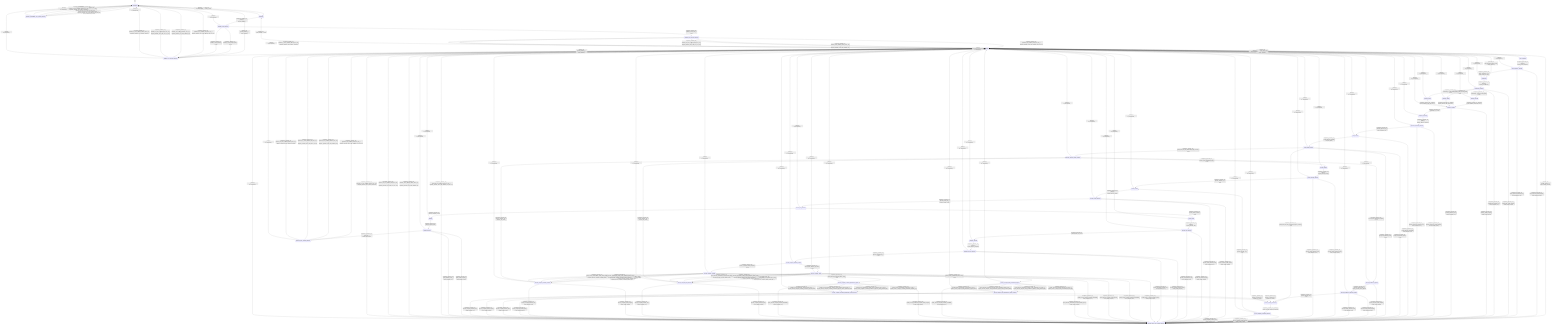
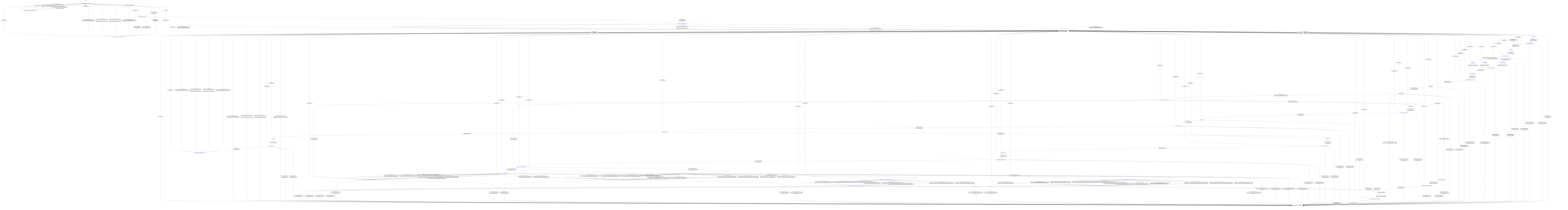
stateDiagram-v2
  direction TB
  [*] --> uninitialized
  uninitialized --> initializing : initialize_run [valid_initialize_] / none
  uninitialized --> initialize_error_channel_decision : initialize_run [invalid_initialize_] / reject_initialize_
  ready --> initializing : initialize_run [valid_initialize_] / none
  ready --> initialize_error_channel_decision : initialize_run [invalid_initialize_] / reject_initialize_
  initializing --> initializer_result_decision : completion_initialize_run_ [always] / request_initializer_
  initializer_result_decision --> initialize_done_channel_decision : completion_initialize_run_ [initialize_result_none_] / none
  initializer_result_decision --> initialize_error_channel_decision : completion_initialize_run_ [initialize_result_invalid_request_] / none
  initializer_result_decision --> initialize_error_channel_decision : completion_initialize_run_ [initialize_result_backend_] / none
  initialize_done_channel_decision --> ready : completion_initialize_run_ [initialize_done_callback_with_error_out_] / dispatch_initialize_done_with_callback_and_error_out_
  initialize_done_channel_decision --> ready : completion_initialize_run_ [initialize_done_callback_without_error_out_] / dispatch_initialize_done_with_callback_only_
  initialize_done_channel_decision --> ready : completion_initialize_run_ [initialize_no_done_callback_with_error_out_] / dispatch_initialize_done_with_error_out_only_
  initialize_done_channel_decision --> ready : completion_initialize_run_ [initialize_no_done_callback_without_error_out_] / dispatch_initialize_done_without_channels_
  initialize_error_channel_decision --> uninitialized : completion_initialize_run_ [initialize_error_callback_with_error_out_] / dispatch_initialize_error_with_callback_and_error_out_
  initialize_error_channel_decision --> uninitialized : completion_initialize_run_ [initialize_error_callback_without_error_out_] / dispatch_initialize_error_with_callback_only_
  initialize_error_channel_decision --> uninitialized : completion_initialize_run_ [initialize_no_error_callback_with_error_out_] / dispatch_initialize_error_with_error_out_only_
  initialize_error_channel_decision --> uninitialized : completion_initialize_run_ [initialize_no_error_callback_without_error_out_] / dispatch_initialize_error_without_channels_
  uninitialized --> generate_uninitialized_error_channel_decision : generate_run [always] / reject_uninitialized_generate_
  ready --> reset_sequence : generate_run [valid_generate_with_reset_] / begin_generate_
  ready --> conditioning : generate_run [valid_generate_without_reset_] / begin_generate_
  ready --> generate_ready_error_channel_decision : generate_run [invalid_generate_] / reject_invalid_generate_
  reset_sequence --> reset_sequence_decision : completion_generate_run_ [always] / request_reset_sequence_
  reset_sequence_decision --> conditioning : completion_generate_run_ [reset_sequence_ok_] / mark_sequence_clear_
  reset_sequence_decision --> generate_ready_error_channel_decision : completion_generate_run_ [reset_sequence_invalid_request_] / mark_invalid_request_
  reset_sequence_decision --> generate_ready_error_channel_decision : completion_generate_run_ [reset_sequence_backend_error_] / mark_backend_error_
  conditioning --> conditioning_decision : completion_generate_run_ [always] / request_conditioning_
  conditioning_decision --> planning_chunk8 : completion_generate_run_ [conditioning_ok_with_chunk8_prefill_] / none
  conditioning_decision --> planning_chunk4 : completion_generate_run_ [conditioning_ok_with_chunk4_prefill_] / none
  conditioning_decision --> planning_scalar : completion_generate_run_ [conditioning_ok_with_scalar_prefill_] / none
  conditioning_decision --> generate_ready_error_channel_decision : completion_generate_run_ [conditioning_invalid_request_] / mark_invalid_request_
  conditioning_decision --> generate_ready_error_channel_decision : completion_generate_run_ [conditioning_backend_error_] / mark_backend_error_
  planning_chunk8 --> planning_decision : completion_generate_run_ [always] / request_planning_with_step_size_8__
  planning_chunk4 --> planning_decision : completion_generate_run_ [always] / request_planning_with_step_size_4__
  planning_scalar --> planning_decision : completion_generate_run_ [always] / request_planning_with_step_size_1__
  planning_decision --> sequence_allocating : completion_generate_run_ [planning_ok_] / none
  planning_decision --> generate_ready_error_channel_decision : completion_generate_run_ [planning_invalid_request_] / mark_invalid_request_
  planning_decision --> generate_ready_error_channel_decision : completion_generate_run_ [planning_backend_error_] / mark_backend_error_
  sequence_allocating --> sequence_allocating_decision : completion_generate_run_ [always] / request_allocate_sequence_
  sequence_allocating_decision --> prefill_running : completion_generate_run_ [allocate_sequence_ok_] / mark_sequence_live_
  sequence_allocating_decision --> generate_ready_error_channel_decision : completion_generate_run_ [allocate_sequence_invalid_request_] / mark_invalid_request_
  sequence_allocating_decision --> generate_ready_error_channel_decision : completion_generate_run_ [allocate_sequence_backend_error_] / mark_backend_error_
  prefill_running --> prefill_result_decision : completion_generate_run_ [prefill_dispatch_available_] / request_prefill_
  prefill_running --> generate_ready_error_channel_decision : completion_generate_run_ [prefill_dispatch_unavailable_] / mark_backend_error_
  prefill_result_decision --> decode_selection_mode_decision : completion_generate_run_ [prefill_result_ok_with_materialized_logits_contract_] / none
  prefill_result_decision --> decode_sample_preselected : completion_generate_run_ [prefill_result_ok_with_preselected_argmax_contract_] / none
  prefill_result_decision --> generate_ready_error_channel_decision : completion_generate_run_ [prefill_result_invalid_request_] / none
  prefill_result_decision --> generate_ready_error_channel_decision : completion_generate_run_ [prefill_result_backend_error_] / none
  decode_selection_mode_decision --> decode_sample : completion_generate_run_ [decode_uses_materialized_logits_] / none
  decode_selection_mode_decision --> decode_preselected_argmax : completion_generate_run_ [decode_uses_preselected_argmax_] / none
  decode_sample --> decode_sample_decision : completion_generate_run_ [always] / request_decode_sample_
  decode_preselected_argmax --> decode_preselected_argmax_decision : completion_generate_run_ [decode_argmax_ready_] / request_decode_select_argmax_
  decode_preselected_argmax --> generate_ready_error_channel_decision : completion_generate_run_ [decode_argmax_invalid_request_] / mark_invalid_request_
  decode_preselected_argmax_decision --> decode_sample_preselected : completion_generate_run_ [decode_sample_ok_] / none
  decode_preselected_argmax_decision --> generate_ready_error_channel_decision : completion_generate_run_ [decode_sample_invalid_request_] / mark_invalid_request_
  decode_preselected_argmax_decision --> generate_ready_error_channel_decision : completion_generate_run_ [decode_sample_backend_error_] / mark_backend_error_
  decode_sample_preselected --> decode_sample_preselected_decision : completion_generate_run_ [always] / request_decode_sample_preselected_
  decode_sample_decision --> decode_render : completion_generate_run_ [decode_sample_ok_] / none
  decode_sample_preselected_decision --> decode_render : completion_generate_run_ [decode_sample_ok_] / none
  decode_sample_decision --> generate_ready_error_channel_decision : completion_generate_run_ [decode_sample_invalid_request_] / mark_invalid_request_
  decode_sample_decision --> generate_ready_error_channel_decision : completion_generate_run_ [decode_sample_backend_error_] / mark_backend_error_
  decode_sample_preselected_decision --> generate_ready_error_channel_decision : completion_generate_run_ [decode_sample_invalid_request_] / mark_invalid_request_
  decode_sample_preselected_decision --> generate_ready_error_channel_decision : completion_generate_run_ [decode_sample_backend_error_] / mark_backend_error_
  decode_render --> decode_render_decision : completion_generate_run_ [always] / request_decode_render_
  decode_render_decision --> decode_loop_decision : completion_generate_run_ [decode_render_ok_] / commit_render_output_
  decode_render_decision --> generate_ready_error_channel_decision : completion_generate_run_ [decode_render_invalid_request_] / mark_invalid_request_
  decode_render_decision --> generate_ready_error_channel_decision : completion_generate_run_ [decode_render_backend_error_] / mark_backend_error_
  decode_loop_decision --> decode_slots : completion_generate_run_ [decode_should_continue_] / none
  decode_loop_decision --> flushing : completion_generate_run_ [decode_complete_] / none
  decode_slots --> decode_slots_decision : completion_generate_run_ [always] / request_decode_slots_
  decode_slots_decision --> snapshot_decode : completion_generate_run_ [decode_slots_ok_] / none
  decode_slots_decision --> generate_ready_error_channel_decision : completion_generate_run_ [decode_slots_invalid_request_] / mark_invalid_request_
  decode_slots_decision --> generate_ready_error_channel_decision : completion_generate_run_ [decode_slots_backend_error_] / mark_backend_error_
  snapshot_decode --> snapshot_decode_decision : completion_generate_run_ [always] / request_memory_snapshot_
  snapshot_decode_decision --> decode_compute_runtime_decision : completion_generate_run_ [decode_snapshot_ok_] / none
  snapshot_decode_decision --> generate_ready_error_channel_decision : completion_generate_run_ [decode_snapshot_invalid_request_] / mark_invalid_request_
  snapshot_decode_decision --> generate_ready_error_channel_decision : completion_generate_run_ [decode_snapshot_backend_error_] / mark_backend_error_
  decode_compute_runtime_decision --> decode_compute_flash : completion_generate_run_ [decode_flash_runtime_supported_] / none
  decode_compute_runtime_decision --> decode_compute_nonflash : completion_generate_run_ [decode_nonflash_runtime_required_] / none
  decode_compute_flash --> generate_ready_error_channel_decision : completion_generate_run_ [guard_decode_compute_invalid_request_] / mark_invalid_request_
  decode_compute_flash --> generate_ready_error_channel_decision : completion_generate_run_ [guard_decode_compute_backend_unavailable_] / mark_backend_error_
  decode_compute_flash --> decode_compute_flash_preselected_argmax : completion_generate_run_ [guard_decode_preselected_direct_ready_] / none
+   decode_compute_flash --> decode_compute_flash_decision : completion_generate_run_ [guard_decode_materialized_streamed_scalar_packed_q8_0_ready_] / request_decode_compute_flash_packed_q8_0_streamed_
+   decode_compute_flash --> decode_compute_flash_decision : completion_generate_run_ [guard_decode_materialized_streamed_scalar_q8_k_ready_] / request_decode_compute_flash_q8_k_streamed_
+   decode_compute_flash --> decode_compute_flash_decision : completion_generate_run_ [guard_decode_materialized_streamed_scalar_native_quantized_q8_k_ready_] / request_decode_compute_flash_native_quantized_q8_k_logits_streamed_
+   decode_compute_flash --> decode_compute_flash_decision : completion_generate_run_ [guard_decode_materialized_streamed_scalar_native_quantized_ready_] / request_decode_compute_flash_native_quantized_streamed_
+   decode_compute_flash --> decode_compute_flash_decision : completion_generate_run_ [guard_decode_materialized_streamed_scalar_kernel_ready_] / request_decode_compute_flash_kernel_streamed_
+   decode_compute_flash --> decode_compute_flash_decision : completion_generate_run_ [guard_decode_materialized_parallel_scalar_packed_q8_0_ready_] / request_decode_compute_flash_parallel_packed_q8_0_
  decode_compute_flash --> decode_compute_flash_decision : completion_generate_run_ [guard_decode_materialized_scalar_packed_q8_0_ready_] / request_decode_compute_flash_packed_q8_0_
+   decode_compute_flash --> decode_compute_flash_decision : completion_generate_run_ [guard_decode_materialized_parallel_scalar_q8_k_ready_] / request_decode_compute_flash_parallel_q8_k_
  decode_compute_flash --> decode_compute_flash_decision : completion_generate_run_ [guard_decode_materialized_scalar_q8_k_ready_] / request_decode_compute_flash_q8_k_
+   decode_compute_flash --> decode_compute_flash_decision : completion_generate_run_ [guard_decode_materialized_parallel_scalar_native_quantized_q8_k_ready_] / request_decode_compute_flash_parallel_native_quantized_q8_k_logits_
  decode_compute_flash --> decode_compute_flash_decision : completion_generate_run_ [guard_decode_materialized_scalar_native_quantized_q8_k_ready_] / request_decode_compute_flash_native_quantized_q8_k_logits_
+   decode_compute_flash --> decode_compute_flash_decision : completion_generate_run_ [guard_decode_materialized_parallel_scalar_native_quantized_kernel_ready_] / request_decode_compute_flash_parallel_native_quantized_
  decode_compute_flash --> decode_compute_flash_decision : completion_generate_run_ [guard_decode_materialized_scalar_native_quantized_kernel_ready_] / request_decode_compute_flash_native_quantized_
+   decode_compute_flash --> decode_compute_flash_decision : completion_generate_run_ [guard_decode_materialized_parallel_scalar_kernel_ready_] / request_decode_compute_flash_parallel_kernel_
  decode_compute_flash --> decode_compute_flash_decision : completion_generate_run_ [guard_decode_materialized_scalar_kernel_ready_] / request_decode_compute_flash_kernel_
  decode_compute_nonflash --> generate_ready_error_channel_decision : completion_generate_run_ [guard_decode_compute_invalid_request_] / mark_invalid_request_
  decode_compute_nonflash --> generate_ready_error_channel_decision : completion_generate_run_ [guard_decode_compute_backend_unavailable_] / mark_backend_error_
  decode_compute_nonflash --> decode_compute_nonflash_preselected_argmax : completion_generate_run_ [guard_decode_preselected_direct_ready_] / none
+   decode_compute_nonflash --> decode_compute_nonflash_decision : completion_generate_run_ [guard_decode_materialized_streamed_scalar_packed_q8_0_ready_] / request_decode_compute_nonflash_packed_q8_0_streamed_
+   decode_compute_nonflash --> decode_compute_nonflash_decision : completion_generate_run_ [guard_decode_materialized_streamed_scalar_q8_k_ready_] / request_decode_compute_nonflash_q8_k_streamed_
+   decode_compute_nonflash --> decode_compute_nonflash_decision : completion_generate_run_ [guard_decode_materialized_streamed_scalar_native_quantized_q8_k_ready_] / request_decode_compute_nonflash_native_quantized_q8_k_logits_streamed_
+   decode_compute_nonflash --> decode_compute_nonflash_decision : completion_generate_run_ [guard_decode_materialized_streamed_scalar_native_quantized_ready_] / request_decode_compute_nonflash_native_quantized_streamed_
+   decode_compute_nonflash --> decode_compute_nonflash_decision : completion_generate_run_ [guard_decode_materialized_streamed_scalar_kernel_ready_] / request_decode_compute_nonflash_kernel_streamed_
  decode_compute_nonflash --> decode_compute_nonflash_decision : completion_generate_run_ [guard_decode_materialized_scalar_packed_q8_0_ready_] / request_decode_compute_nonflash_packed_q8_0_
  decode_compute_nonflash --> decode_compute_nonflash_decision : completion_generate_run_ [guard_decode_materialized_scalar_q8_k_ready_] / request_decode_compute_nonflash_q8_k_
  decode_compute_nonflash --> decode_compute_nonflash_decision : completion_generate_run_ [guard_decode_materialized_scalar_native_quantized_q8_k_ready_] / request_decode_compute_nonflash_native_quantized_q8_k_logits_
  decode_compute_nonflash --> decode_compute_nonflash_decision : completion_generate_run_ [guard_decode_materialized_scalar_native_quantized_kernel_ready_] / request_decode_compute_nonflash_native_quantized_
  decode_compute_nonflash --> decode_compute_nonflash_decision : completion_generate_run_ [guard_decode_materialized_scalar_kernel_ready_] / request_decode_compute_nonflash_kernel_
  decode_compute_flash_preselected_argmax --> generate_ready_error_channel_decision : completion_generate_run_ [guard_decode_preselected_compute_invalid_request_] / mark_invalid_request_
  decode_compute_flash_preselected_argmax --> generate_ready_error_channel_decision : completion_generate_run_ [guard_decode_compute_backend_unavailable_] / mark_backend_error_
+   decode_compute_flash_preselected_argmax --> decode_compute_flash_preselected_argmax_decision : completion_generate_run_ [guard_decode_preselected_argmax_q8_k_streamed_ready_] / request_decode_compute_flash_preselected_argmax_q8_k_streamed_
+   decode_compute_flash_preselected_argmax --> decode_compute_flash_preselected_argmax_decision : completion_generate_run_ [guard_decode_preselected_argmax_native_quantized_q8_k_streamed_ready_] / request_decode_compute_flash_preselected_argmax_native_quantized_q8_k_streamed_
+   decode_compute_flash_preselected_argmax --> decode_compute_flash_preselected_argmax_decision : completion_generate_run_ [guard_decode_preselected_argmax_native_quantized_kernel_streamed_ready_] / request_decode_compute_flash_preselected_argmax_native_quantized_kernel_streamed_
+   decode_compute_flash_preselected_argmax --> decode_compute_flash_preselected_argmax_decision : completion_generate_run_ [guard_decode_preselected_argmax_kernel_streamed_ready_] / request_decode_compute_flash_preselected_argmax_kernel_streamed_
+   decode_compute_flash_preselected_argmax --> decode_compute_flash_preselected_argmax_decision : completion_generate_run_ [guard_decode_preselected_parallel_argmax_q8_k_ready_] / request_decode_compute_flash_parallel_preselected_argmax_q8_k_
  decode_compute_flash_preselected_argmax --> decode_compute_flash_preselected_argmax_decision : completion_generate_run_ [guard_decode_preselected_argmax_q8_k_ready_] / request_decode_compute_flash_preselected_argmax_q8_k_
+   decode_compute_flash_preselected_argmax --> decode_compute_flash_preselected_argmax_decision : completion_generate_run_ [guard_decode_preselected_parallel_argmax_native_quantized_q8_k_ready_] / request_decode_compute_flash_parallel_preselected_argmax_native_quantized_q8_k_
  decode_compute_flash_preselected_argmax --> decode_compute_flash_preselected_argmax_decision : completion_generate_run_ [guard_decode_preselected_argmax_native_quantized_q8_k_ready_] / request_decode_compute_flash_preselected_argmax_native_quantized_q8_k_
+   decode_compute_flash_preselected_argmax --> decode_compute_flash_preselected_argmax_decision : completion_generate_run_ [guard_decode_preselected_parallel_argmax_native_quantized_kernel_ready_] / request_decode_compute_flash_parallel_preselected_argmax_native_quantized_kernel_
  decode_compute_flash_preselected_argmax --> decode_compute_flash_preselected_argmax_decision : completion_generate_run_ [guard_decode_preselected_argmax_native_quantized_kernel_ready_] / request_decode_compute_flash_preselected_argmax_native_quantized_kernel_
+   decode_compute_flash_preselected_argmax --> decode_compute_flash_preselected_argmax_decision : completion_generate_run_ [guard_decode_preselected_parallel_argmax_kernel_ready_] / request_decode_compute_flash_parallel_preselected_argmax_kernel_
  decode_compute_flash_preselected_argmax --> decode_compute_flash_preselected_argmax_decision : completion_generate_run_ [guard_decode_preselected_argmax_kernel_ready_] / request_decode_compute_flash_preselected_argmax_kernel_
  decode_compute_nonflash_preselected_argmax --> generate_ready_error_channel_decision : completion_generate_run_ [guard_decode_preselected_compute_invalid_request_] / mark_invalid_request_
  decode_compute_nonflash_preselected_argmax --> generate_ready_error_channel_decision : completion_generate_run_ [guard_decode_compute_backend_unavailable_] / mark_backend_error_
+   decode_compute_nonflash_preselected_argmax --> decode_compute_nonflash_preselected_argmax_decision : completion_generate_run_ [guard_decode_preselected_argmax_q8_k_streamed_ready_] / request_decode_compute_nonflash_preselected_argmax_q8_k_streamed_
+   decode_compute_nonflash_preselected_argmax --> decode_compute_nonflash_preselected_argmax_decision : completion_generate_run_ [guard_decode_preselected_argmax_native_quantized_q8_k_streamed_ready_] / request_decode_compute_nonflash_preselected_argmax_native_quantized_q8_k_streamed_
+   decode_compute_nonflash_preselected_argmax --> decode_compute_nonflash_preselected_argmax_decision : completion_generate_run_ [guard_decode_preselected_argmax_native_quantized_kernel_streamed_ready_] / request_decode_compute_nonflash_preselected_argmax_native_quantized_kernel_streamed_
+   decode_compute_nonflash_preselected_argmax --> decode_compute_nonflash_preselected_argmax_decision : completion_generate_run_ [guard_decode_preselected_argmax_kernel_streamed_ready_] / request_decode_compute_nonflash_preselected_argmax_kernel_streamed_
  decode_compute_nonflash_preselected_argmax --> decode_compute_nonflash_preselected_argmax_decision : completion_generate_run_ [guard_decode_preselected_argmax_q8_k_ready_] / request_decode_compute_nonflash_preselected_argmax_q8_k_
  decode_compute_nonflash_preselected_argmax --> decode_compute_nonflash_preselected_argmax_decision : completion_generate_run_ [guard_decode_preselected_argmax_native_quantized_q8_k_ready_] / request_decode_compute_nonflash_preselected_argmax_native_quantized_q8_k_
  decode_compute_nonflash_preselected_argmax --> decode_compute_nonflash_preselected_argmax_decision : completion_generate_run_ [guard_decode_preselected_argmax_native_quantized_kernel_ready_] / request_decode_compute_nonflash_preselected_argmax_native_quantized_kernel_
  decode_compute_nonflash_preselected_argmax --> decode_compute_nonflash_preselected_argmax_decision : completion_generate_run_ [guard_decode_preselected_argmax_kernel_ready_] / request_decode_compute_nonflash_preselected_argmax_kernel_
  decode_compute_flash_decision --> decode_selection_mode_decision : completion_generate_run_ [decode_compute_ok_] / advance_kv_cache_
  decode_compute_nonflash_decision --> decode_selection_mode_decision : completion_generate_run_ [decode_compute_ok_] / advance_kv_cache_
  decode_compute_flash_preselected_argmax_decision --> decode_sample_preselected : completion_generate_run_ [decode_compute_ok_] / advance_kv_cache_
  decode_compute_nonflash_preselected_argmax_decision --> decode_sample_preselected : completion_generate_run_ [decode_compute_ok_] / advance_kv_cache_
  decode_compute_flash_decision --> generate_ready_error_channel_decision : completion_generate_run_ [decode_compute_invalid_request_] / mark_invalid_request_
  decode_compute_flash_decision --> generate_ready_error_channel_decision : completion_generate_run_ [decode_compute_backend_error_] / mark_backend_error_
  decode_compute_nonflash_decision --> generate_ready_error_channel_decision : completion_generate_run_ [decode_compute_invalid_request_] / mark_invalid_request_
  decode_compute_nonflash_decision --> generate_ready_error_channel_decision : completion_generate_run_ [decode_compute_backend_error_] / mark_backend_error_
  decode_compute_flash_preselected_argmax_decision --> generate_ready_error_channel_decision : completion_generate_run_ [decode_compute_invalid_request_] / mark_invalid_request_
  decode_compute_flash_preselected_argmax_decision --> generate_ready_error_channel_decision : completion_generate_run_ [decode_compute_backend_error_] / mark_backend_error_
  decode_compute_nonflash_preselected_argmax_decision --> generate_ready_error_channel_decision : completion_generate_run_ [decode_compute_invalid_request_] / mark_invalid_request_
  decode_compute_nonflash_preselected_argmax_decision --> generate_ready_error_channel_decision : completion_generate_run_ [decode_compute_backend_error_] / mark_backend_error_
  flushing --> flushing_decision : completion_generate_run_ [always] / request_flush_
  flushing_decision --> generate_done_channel_decision : completion_generate_run_ [flush_ok_] / commit_flush_output_
  flushing_decision --> generate_ready_error_channel_decision : completion_generate_run_ [flush_invalid_request_] / mark_invalid_request_
  flushing_decision --> generate_ready_error_channel_decision : completion_generate_run_ [flush_backend_error_] / mark_backend_error_
  generate_done_channel_decision --> ready : completion_generate_run_ [generate_done_callback_with_error_out_] / dispatch_generate_done_with_callback_and_error_out_
  generate_done_channel_decision --> ready : completion_generate_run_ [generate_done_callback_without_error_out_] / dispatch_generate_done_with_callback_only_
  generate_done_channel_decision --> ready : completion_generate_run_ [generate_no_done_callback_with_error_out_] / dispatch_generate_done_with_error_out_only_
  generate_done_channel_decision --> ready : completion_generate_run_ [generate_no_done_callback_without_error_out_] / dispatch_generate_done_without_channels_
  generate_ready_error_channel_decision --> ready : completion_generate_run_ [generate_error_callback_with_error_out_] / dispatch_generate_error_with_callback_and_error_out_
  generate_ready_error_channel_decision --> ready : completion_generate_run_ [generate_error_callback_without_error_out_] / dispatch_generate_error_with_callback_only_
  generate_ready_error_channel_decision --> ready : completion_generate_run_ [generate_no_error_callback_with_error_out_] / dispatch_generate_error_with_error_out_only_
  generate_ready_error_channel_decision --> ready : completion_generate_run_ [generate_no_error_callback_without_error_out_] / dispatch_generate_error_without_channels_
  generate_uninitialized_error_channel_decision --> uninitialized : completion_generate_run_ [generate_error_callback_with_error_out_] / dispatch_generate_error_with_callback_and_error_out_
  generate_uninitialized_error_channel_decision --> uninitialized : completion_generate_run_ [generate_error_callback_without_error_out_] / dispatch_generate_error_with_callback_only_
  generate_uninitialized_error_channel_decision --> uninitialized : completion_generate_run_ [generate_no_error_callback_with_error_out_] / dispatch_generate_error_with_error_out_only_
  generate_uninitialized_error_channel_decision --> uninitialized : completion_generate_run_ [generate_no_error_callback_without_error_out_] / dispatch_generate_error_without_channels_
  uninitialized --> uninitialized : capture_diagnostics [always] / capture_diagnostics_
  ready --> ready : capture_diagnostics [always] / capture_diagnostics_
  uninitialized --> uninitialized : capture_graph_lifecycle [graph_lifecycle_runtime_tensor_unavailable_] / capture_graph_lifecycle_without_runtime_tensor_
  uninitialized --> uninitialized : capture_graph_lifecycle [graph_lifecycle_runtime_tensor_available_] / capture_graph_lifecycle_with_runtime_tensor_
  ready --> ready : capture_graph_lifecycle [graph_lifecycle_runtime_tensor_unavailable_] / capture_graph_lifecycle_without_runtime_tensor_
  ready --> ready : capture_graph_lifecycle [graph_lifecycle_runtime_tensor_available_] / capture_graph_lifecycle_with_runtime_tensor_
  uninitialized --> uninitialized : _ [always] / on_unexpected_
  ready --> ready : _ [always] / on_unexpected_
  initializing --> uninitialized : _ [always] / on_unexpected_
  initializer_result_decision --> uninitialized : _ [always] / on_unexpected_
  initialize_done_channel_decision --> ready : _ [always] / on_unexpected_
  initialize_error_channel_decision --> uninitialized : _ [always] / on_unexpected_
  reset_sequence --> ready : _ [always] / on_unexpected_
  reset_sequence_decision --> ready : _ [always] / on_unexpected_
  conditioning --> ready : _ [always] / on_unexpected_
  conditioning_decision --> ready : _ [always] / on_unexpected_
  planning_chunk8 --> ready : _ [always] / on_unexpected_
  planning_chunk4 --> ready : _ [always] / on_unexpected_
  planning_scalar --> ready : _ [always] / on_unexpected_
  planning_decision --> ready : _ [always] / on_unexpected_
  sequence_allocating --> ready : _ [always] / on_unexpected_
  sequence_allocating_decision --> ready : _ [always] / on_unexpected_
  prefill_running --> ready : _ [always] / on_unexpected_
  prefill_result_decision --> ready : _ [always] / on_unexpected_
  decode_selection_mode_decision --> ready : _ [always] / on_unexpected_
  decode_slots --> ready : _ [always] / on_unexpected_
  decode_slots_decision --> ready : _ [always] / on_unexpected_
  snapshot_decode --> ready : _ [always] / on_unexpected_
  snapshot_decode_decision --> ready : _ [always] / on_unexpected_
  decode_compute_runtime_decision --> ready : _ [always] / on_unexpected_
  decode_compute_flash --> ready : _ [always] / on_unexpected_
  decode_compute_flash_preselected_argmax --> ready : _ [always] / on_unexpected_
  decode_compute_flash_preselected_argmax_decision --> ready : _ [always] / on_unexpected_
  decode_compute_flash_decision --> ready : _ [always] / on_unexpected_
  decode_compute_nonflash --> ready : _ [always] / on_unexpected_
  decode_compute_nonflash_preselected_argmax --> ready : _ [always] / on_unexpected_
  decode_compute_nonflash_preselected_argmax_decision --> ready : _ [always] / on_unexpected_
  decode_compute_nonflash_decision --> ready : _ [always] / on_unexpected_
  decode_sample --> ready : _ [always] / on_unexpected_
  decode_sample_decision --> ready : _ [always] / on_unexpected_
  decode_preselected_argmax --> ready : _ [always] / on_unexpected_
  decode_preselected_argmax_decision --> ready : _ [always] / on_unexpected_
  decode_sample_preselected --> ready : _ [always] / on_unexpected_
  decode_sample_preselected_decision --> ready : _ [always] / on_unexpected_
  decode_render --> ready : _ [always] / on_unexpected_
  decode_render_decision --> ready : _ [always] / on_unexpected_
  decode_loop_decision --> ready : _ [always] / on_unexpected_
  flushing --> ready : _ [always] / on_unexpected_
  flushing_decision --> ready : _ [always] / on_unexpected_
  generate_done_channel_decision --> ready : _ [always] / on_unexpected_
  generate_ready_error_channel_decision --> ready : _ [always] / on_unexpected_
  generate_uninitialized_error_channel_decision --> uninitialized : _ [always] / on_unexpected_
